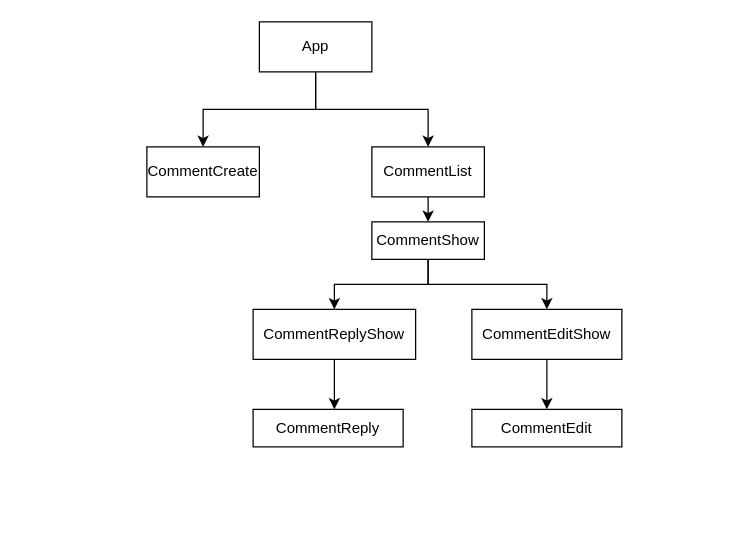
This is page "Component Hierarchy" (1 of 3) of interactive-comments.drawio from akshay63/interactive-comments-section-react, a draw.io file, before an edit. Source tidied: cells renumbered, new cells numbered last; positions are measured from the earlier drawing's top-left corner, leaving out a move shared by most shapes. Both pictures are drawn from the tidied source at 125%, with x=0, y=0 at pixel (146, 21).
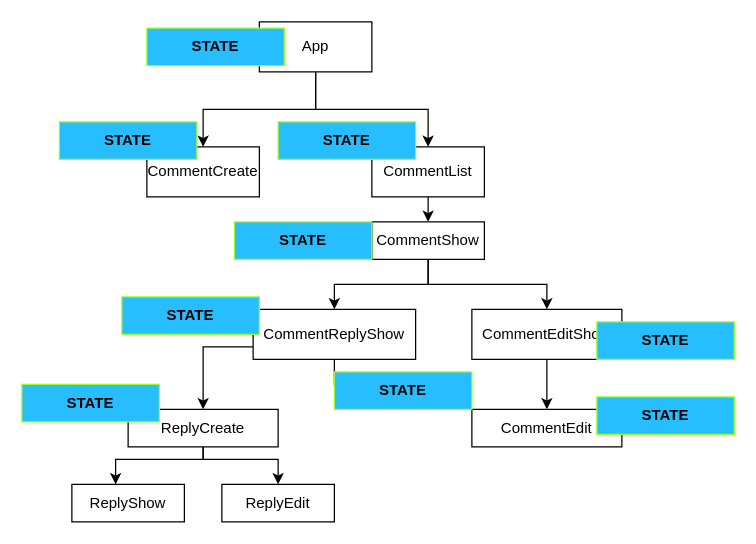
The same diagram, later.

Unchanged cells that the change refers to:
```xml
<mxCell id="9" value="CommentReplyShow" style="rounded=0;whiteSpace=wrap;html=1;" parent="1" vertex="1">
  <mxGeometry x="85" y="230" width="130" height="40" as="geometry" />
</mxCell>
```

What changed in the source:
```diff
@@
+    <mxCell id="17" style="edgeStyle=orthogonalEdgeStyle;rounded=0;jettySize=auto;html=1;" parent="1" edge="1" source="9">
+      <mxGeometry relative="1" as="geometry">
+        <mxPoint x="170" y="300" as="targetPoint" />
+      </mxGeometry>
+    </mxCell>
@@
+    <mxCell id="18" style="edgeStyle=orthogonalEdgeStyle;rounded=0;jettySize=auto;html=1;" parent="1" edge="1" source="12" target="21">
+      <mxGeometry relative="1" as="geometry">
+        <Array as="points">
+          <mxPoint x="45" y="350" />
+          <mxPoint x="105" y="350" />
+        </Array>
+      </mxGeometry>
+    </mxCell>
-    <mxCell id="12" value="CommentReply" style="whiteSpace=wrap;html=1;rounded=0;" parent="1" vertex="1">
-      <mxGeometry x="85" y="310" width="120" height="30" as="geometry" />
+    <mxCell id="12" value="ReplyCreate" style="whiteSpace=wrap;html=1;rounded=0;" parent="1" vertex="1">
+      <mxGeometry x="-15" y="310" width="120" height="30" as="geometry" />
     </mxCell>
@@
+    <mxCell id="19" value="ReplyShow" style="rounded=0;whiteSpace=wrap;html=1;" parent="1" vertex="1">
+      <mxGeometry x="-60" y="370" width="90" height="30" as="geometry" />
+    </mxCell>
+    <mxCell id="20" style="edgeStyle=orthogonalEdgeStyle;rounded=0;jettySize=auto;html=1;exitX=0.5;exitY=1;exitDx=0;exitDy=0;" parent="1" edge="1" source="12" target="19">
+      <mxGeometry relative="1" as="geometry">
+        <Array as="points">
+          <mxPoint x="45" y="350" />
+          <mxPoint x="-25" y="350" />
+        </Array>
+      </mxGeometry>
+    </mxCell>
+    <mxCell id="21" value="ReplyEdit" style="rounded=0;whiteSpace=wrap;html=1;" parent="1" vertex="1">
+      <mxGeometry x="60" y="370" width="90" height="30" as="geometry" />
+    </mxCell>
+    <mxCell id="22" value="&lt;b style=&quot;border-color: var(--border-color);&quot;&gt;STATE&lt;/b&gt;" style="rounded=0;whiteSpace=wrap;html=1;strokeColor=#9EFF1F;fillColor=#26BEFF;" parent="1" vertex="1">
+      <mxGeometry y="5" width="110" height="30" as="geometry" />
+    </mxCell>
+    <mxCell id="23" value="&lt;b style=&quot;border-color: var(--border-color);&quot;&gt;STATE&lt;/b&gt;" style="rounded=0;whiteSpace=wrap;html=1;strokeColor=#9EFF1F;fillColor=#26BEFF;" parent="1" vertex="1">
+      <mxGeometry x="-70" y="80" width="110" height="30" as="geometry" />
+    </mxCell>
+    <mxCell id="24" value="&lt;b style=&quot;border-color: var(--border-color);&quot;&gt;STATE&lt;/b&gt;" style="rounded=0;whiteSpace=wrap;html=1;strokeColor=#9EFF1F;fillColor=#26BEFF;" parent="1" vertex="1">
+      <mxGeometry x="105" y="80" width="110" height="30" as="geometry" />
+    </mxCell>
+    <mxCell id="25" value="&lt;b style=&quot;border-color: var(--border-color);&quot;&gt;STATE&lt;/b&gt;" style="rounded=0;whiteSpace=wrap;html=1;strokeColor=#9EFF1F;fillColor=#26BEFF;" parent="1" vertex="1">
+      <mxGeometry x="70" y="160" width="110" height="30" as="geometry" />
+    </mxCell>
+    <mxCell id="26" value="&lt;b style=&quot;border-color: var(--border-color);&quot;&gt;STATE&lt;/b&gt;" style="rounded=0;whiteSpace=wrap;html=1;strokeColor=#9EFF1F;fillColor=#26BEFF;" parent="1" vertex="1">
+      <mxGeometry x="-20" y="220" width="110" height="30" as="geometry" />
+    </mxCell>
+    <mxCell id="27" value="&lt;b style=&quot;border-color: var(--border-color);&quot;&gt;STATE&lt;/b&gt;" style="rounded=0;whiteSpace=wrap;html=1;strokeColor=#9EFF1F;fillColor=#26BEFF;" parent="1" vertex="1">
+      <mxGeometry x="360" y="240" width="110" height="30" as="geometry" />
+    </mxCell>
+    <mxCell id="28" value="&lt;b style=&quot;border-color: var(--border-color);&quot;&gt;STATE&lt;/b&gt;" style="rounded=0;whiteSpace=wrap;html=1;strokeColor=#9EFF1F;fillColor=#26BEFF;" parent="1" vertex="1">
+      <mxGeometry x="150" y="280" width="110" height="30" as="geometry" />
+    </mxCell>
+    <mxCell id="29" value="&lt;b style=&quot;border-color: var(--border-color);&quot;&gt;STATE&lt;/b&gt;" style="rounded=0;whiteSpace=wrap;html=1;strokeColor=#9EFF1F;fillColor=#26BEFF;" parent="1" vertex="1">
+      <mxGeometry x="360" y="300" width="110" height="30" as="geometry" />
+    </mxCell>
+    <mxCell id="30" value="&lt;b style=&quot;border-color: var(--border-color);&quot;&gt;STATE&lt;/b&gt;" style="rounded=0;whiteSpace=wrap;html=1;strokeColor=#9EFF1F;fillColor=#26BEFF;" parent="1" vertex="1">
+      <mxGeometry x="-100" y="290" width="110" height="30" as="geometry" />
+    </mxCell>
```
